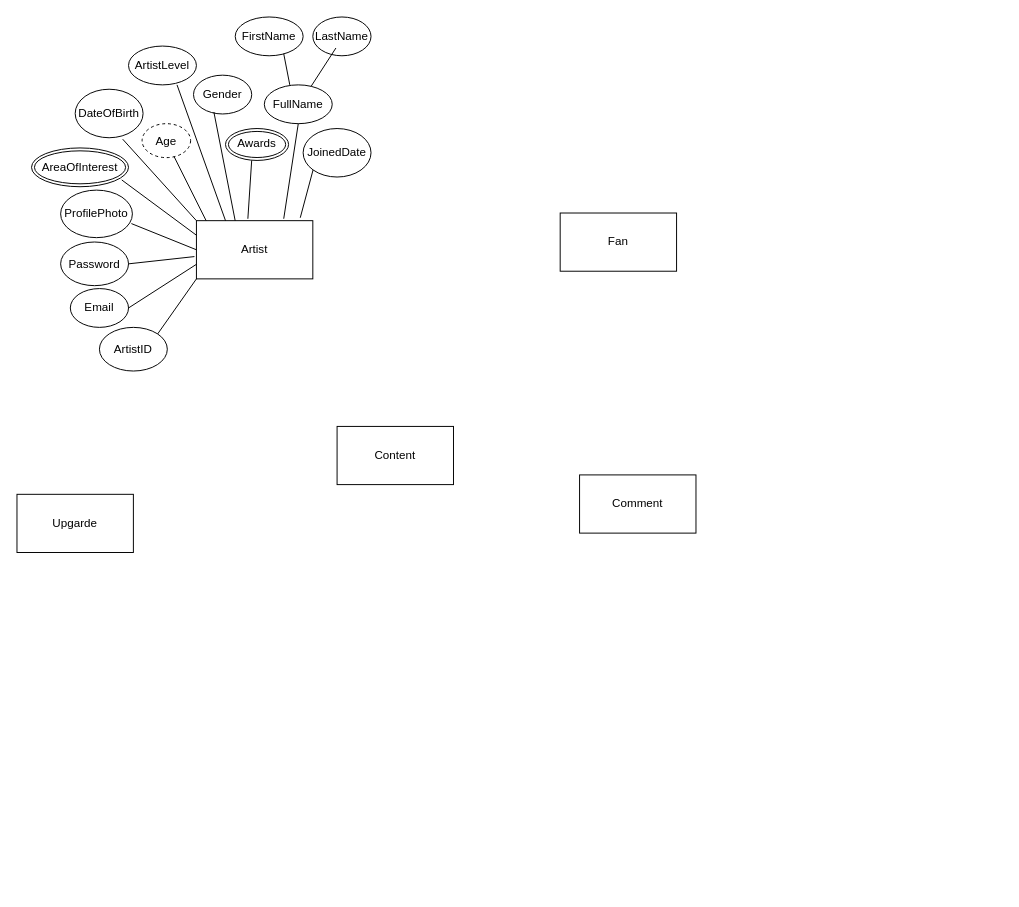
The draw.io diagram Untitled Diagram.drawio in deleshan/puthurep, before the edit. Source tidied: cells renumbered, new cells numbered last; positions are measured from the earlier drawing's top-left corner, leaving out a move shared by most shapes. Both pictures are drawn from the tidied source at 97%, with x=0, y=0 at pixel (16, 16).
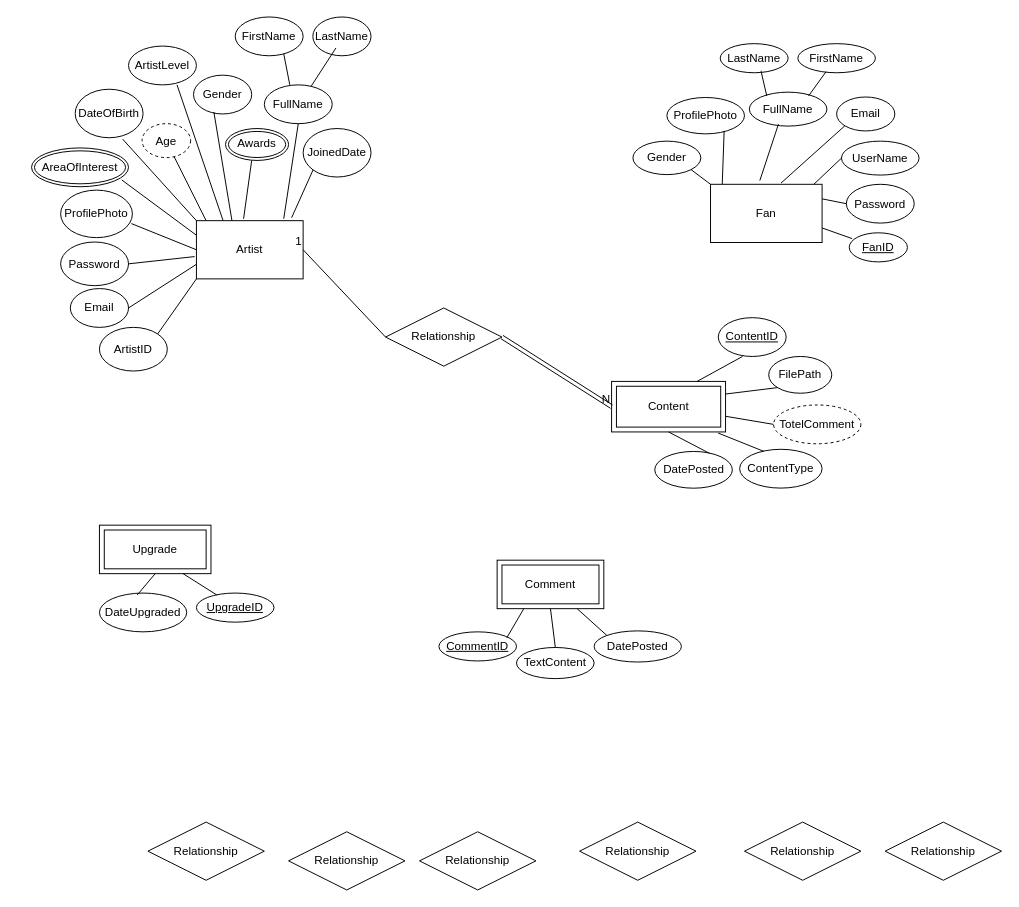
The same diagram, later.

The edit, as a diff of the source:
```diff
@@
     <mxCell id="2" value="Artist" style="rounded=0;whiteSpace=wrap;html=1;" parent="1" vertex="1">
-      <mxGeometry x="185" y="210" width="120" height="60" as="geometry" />
+      <mxGeometry x="185" y="210" width="110" height="60" as="geometry" />
     </mxCell>
     <mxCell id="3" value="Fan" style="rounded=0;whiteSpace=wrap;html=1;" parent="1" vertex="1">
-      <mxGeometry x="560" y="202.1" width="120" height="60" as="geometry" />
+      <mxGeometry x="715" y="172.5" width="115" height="60" as="geometry" />
     </mxCell>
-    <mxCell id="4" value="Content" style="rounded=0;whiteSpace=wrap;html=1;" parent="1" vertex="1">
-      <mxGeometry x="330" y="422.1" width="120" height="60" as="geometry" />
-    </mxCell>
-    <mxCell id="5" value="Comment" style="rounded=0;whiteSpace=wrap;html=1;" parent="1" vertex="1">
-      <mxGeometry x="580" y="472.1" width="120" height="60" as="geometry" />
-    </mxCell>
-    <mxCell id="6" value="Upgarde" style="rounded=0;whiteSpace=wrap;html=1;" parent="1" vertex="1">
-      <mxGeometry y="492.1" width="120" height="60" as="geometry" />
-    </mxCell>
@@
+    <mxCell id="35" value="FanID" style="ellipse;whiteSpace=wrap;html=1;align=center;fontStyle=4;" parent="1" vertex="1">
+      <mxGeometry x="858" y="222.5" width="60" height="30" as="geometry" />
+    </mxCell>
+    <mxCell id="36" value="Password" style="ellipse;whiteSpace=wrap;html=1;align=center;" parent="1" vertex="1">
+      <mxGeometry x="855" y="172.5" width="70" height="40" as="geometry" />
+    </mxCell>
+    <mxCell id="37" value="FullName" style="ellipse;whiteSpace=wrap;html=1;align=center;" parent="1" vertex="1">
+      <mxGeometry x="755" y="77.5" width="80" height="35" as="geometry" />
+    </mxCell>
+    <mxCell id="38" value="Email" style="ellipse;whiteSpace=wrap;html=1;align=center;" parent="1" vertex="1">
+      <mxGeometry x="845" y="82.5" width="60" height="35" as="geometry" />
+    </mxCell>
+    <mxCell id="39" value="UserName" style="ellipse;whiteSpace=wrap;html=1;align=center;" parent="1" vertex="1">
+      <mxGeometry x="850" y="128" width="80" height="35" as="geometry" />
+    </mxCell>
+    <mxCell id="40" value="FirstName" style="ellipse;whiteSpace=wrap;html=1;align=center;" parent="1" vertex="1">
+      <mxGeometry x="805" y="27.5" width="80" height="30" as="geometry" />
+    </mxCell>
+    <mxCell id="41" value="LastName" style="ellipse;whiteSpace=wrap;html=1;align=center;" parent="1" vertex="1">
+      <mxGeometry x="725" y="27.5" width="70" height="30" as="geometry" />
+    </mxCell>
+    <mxCell id="42" value="ProfilePhoto" style="ellipse;whiteSpace=wrap;html=1;align=center;" parent="1" vertex="1">
+      <mxGeometry x="670" y="83" width="80" height="37.5" as="geometry" />
+    </mxCell>
+    <mxCell id="43" value="Gender" style="ellipse;whiteSpace=wrap;html=1;align=center;" parent="1" vertex="1">
+      <mxGeometry x="635" y="128" width="70" height="34.5" as="geometry" />
+    </mxCell>
+    <mxCell id="44" style="endArrow=none;html=1;rounded=0;exitX=1;exitY=1;exitDx=0;exitDy=0;entryX=0;entryY=0;entryDx=0;entryDy=0;" parent="1" edge="1" source="43" target="3">
+      <mxGeometry relative="1" as="geometry" />
+    </mxCell>
+    <mxCell id="45" style="endArrow=none;html=1;rounded=0;exitX=0.738;exitY=0.92;exitDx=0;exitDy=0;exitPerimeter=0;entryX=0.105;entryY=0;entryDx=0;entryDy=0;entryPerimeter=0;" parent="1" edge="1" source="42" target="3">
+      <mxGeometry relative="1" as="geometry" />
+    </mxCell>
+    <mxCell id="46" style="endArrow=none;html=1;rounded=0;entryX=0.442;entryY=-0.064;entryDx=0;entryDy=0;entryPerimeter=0;exitX=0.375;exitY=0.943;exitDx=0;exitDy=0;exitPerimeter=0;" parent="1" edge="1" source="37" target="3">
+      <mxGeometry relative="1" as="geometry" />
+    </mxCell>
+    <mxCell id="47" style="endArrow=none;html=1;rounded=0;exitX=0.6;exitY=0.933;exitDx=0;exitDy=0;exitPerimeter=0;entryX=0.225;entryY=0.114;entryDx=0;entryDy=0;entryPerimeter=0;" parent="1" edge="1" source="41" target="37">
+      <mxGeometry relative="1" as="geometry" />
+    </mxCell>
+    <mxCell id="48" style="endArrow=none;html=1;rounded=0;exitX=0.763;exitY=0.114;exitDx=0;exitDy=0;exitPerimeter=0;entryX=0.363;entryY=0.967;entryDx=0;entryDy=0;entryPerimeter=0;" parent="1" edge="1" source="37" target="40">
+      <mxGeometry relative="1" as="geometry" />
+    </mxCell>
+    <mxCell id="49" style="endArrow=none;html=1;rounded=0;entryX=0.632;entryY=-0.021;entryDx=0;entryDy=0;entryPerimeter=0;exitX=0;exitY=1;exitDx=0;exitDy=0;" parent="1" edge="1" source="38" target="3">
+      <mxGeometry relative="1" as="geometry" />
+    </mxCell>
+    <mxCell id="50" style="endArrow=none;html=1;rounded=0;entryX=0.926;entryY=0;entryDx=0;entryDy=0;entryPerimeter=0;exitX=0;exitY=0.5;exitDx=0;exitDy=0;" parent="1" edge="1" source="39" target="3">
+      <mxGeometry relative="1" as="geometry" />
+    </mxCell>
+    <mxCell id="51" style="endArrow=none;html=1;rounded=0;entryX=1;entryY=0.25;entryDx=0;entryDy=0;exitX=0;exitY=0.5;exitDx=0;exitDy=0;" parent="1" edge="1" source="36" target="3">
+      <mxGeometry relative="1" as="geometry" />
+    </mxCell>
+    <mxCell id="52" style="endArrow=none;html=1;rounded=0;entryX=1;entryY=0.75;entryDx=0;entryDy=0;exitX=0.05;exitY=0.2;exitDx=0;exitDy=0;exitPerimeter=0;" parent="1" edge="1" source="35" target="3">
+      <mxGeometry relative="1" as="geometry" />
+    </mxCell>
+    <mxCell id="4" value="Content" style="shape=ext;margin=3;double=1;whiteSpace=wrap;html=1;align=center;" parent="1" vertex="1">
+      <mxGeometry x="613" y="375.7" width="117.5" height="52.1" as="geometry" />
+    </mxCell>
+    <mxCell id="53" value="ContentID" style="ellipse;whiteSpace=wrap;html=1;align=center;fontStyle=4;" parent="1" vertex="1">
+      <mxGeometry x="723" y="310" width="70" height="40" as="geometry" />
+    </mxCell>
+    <mxCell id="54" value="TotelComment" style="ellipse;whiteSpace=wrap;html=1;align=center;dashed=1;" parent="1" vertex="1">
+      <mxGeometry x="780" y="400" width="90" height="40" as="geometry" />
+    </mxCell>
+    <mxCell id="55" value="DatePosted" style="ellipse;whiteSpace=wrap;html=1;align=center;" parent="1" vertex="1">
+      <mxGeometry x="657.5" y="447.9" width="80" height="37.9" as="geometry" />
+    </mxCell>
+    <mxCell id="56" value="ContentType" style="ellipse;whiteSpace=wrap;html=1;align=center;" parent="1" vertex="1">
+      <mxGeometry x="745" y="445.7" width="85" height="40" as="geometry" />
+    </mxCell>
+    <mxCell id="57" value="FilePath" style="ellipse;whiteSpace=wrap;html=1;align=center;" parent="1" vertex="1">
+      <mxGeometry x="775" y="350" width="65" height="37.9" as="geometry" />
+    </mxCell>
+    <mxCell id="58" style="edgeStyle=orthogonalEdgeStyle;rounded=0;orthogonalLoop=1;jettySize=auto;html=1;exitX=0.5;exitY=1;exitDx=0;exitDy=0;" parent="1" edge="1" source="57" target="57">
+      <mxGeometry relative="1" as="geometry" />
+    </mxCell>
+    <mxCell id="59" style="endArrow=none;html=1;rounded=0;entryX=0.357;entryY=1;entryDx=0;entryDy=0;exitX=0.75;exitY=0;exitDx=0;exitDy=0;entryPerimeter=0;" parent="1" edge="1" source="4" target="53">
+      <mxGeometry relative="1" as="geometry" />
+    </mxCell>
+    <mxCell id="60" style="endArrow=none;html=1;rounded=0;entryX=0;entryY=1;entryDx=0;entryDy=0;exitX=1;exitY=0.25;exitDx=0;exitDy=0;" parent="1" edge="1" source="4" target="57">
+      <mxGeometry relative="1" as="geometry" />
+    </mxCell>
+    <mxCell id="61" style="endArrow=none;html=1;rounded=0;entryX=0;entryY=0.5;entryDx=0;entryDy=0;" parent="1" edge="1" source="4" target="54">
+      <mxGeometry relative="1" as="geometry" />
+    </mxCell>
+    <mxCell id="62" style="endArrow=none;html=1;rounded=0;entryX=0.294;entryY=0.053;entryDx=0;entryDy=0;exitX=0.935;exitY=1.022;exitDx=0;exitDy=0;entryPerimeter=0;exitPerimeter=0;" parent="1" edge="1" source="4" target="56">
+      <mxGeometry relative="1" as="geometry" />
+    </mxCell>
+    <mxCell id="63" style="endArrow=none;html=1;rounded=0;entryX=0.706;entryY=0.053;entryDx=0;entryDy=0;exitX=0.5;exitY=1;exitDx=0;exitDy=0;entryPerimeter=0;" parent="1" edge="1" source="4" target="55">
+      <mxGeometry relative="1" as="geometry" />
+    </mxCell>
+    <mxCell id="5" value="Comment" style="shape=ext;margin=3;double=1;whiteSpace=wrap;html=1;align=center;" parent="1" vertex="1">
+      <mxGeometry x="495" y="560" width="110" height="50" as="geometry" />
+    </mxCell>
+    <mxCell id="64" value="DatePosted" style="ellipse;whiteSpace=wrap;html=1;align=center;" parent="1" vertex="1">
+      <mxGeometry x="595" y="632.9" width="90" height="32.1" as="geometry" />
+    </mxCell>
+    <mxCell id="65" value="TextContent" style="ellipse;whiteSpace=wrap;html=1;align=center;" parent="1" vertex="1">
+      <mxGeometry x="515" y="650" width="80" height="32.1" as="geometry" />
+    </mxCell>
+    <mxCell id="66" value="CommentID" style="ellipse;whiteSpace=wrap;html=1;align=center;fontStyle=4;" parent="1" vertex="1">
+      <mxGeometry x="435" y="633.9" width="80" height="30" as="geometry" />
+    </mxCell>
+    <mxCell id="67" style="endArrow=none;html=1;rounded=0;entryX=0.25;entryY=1;entryDx=0;entryDy=0;exitX=0.875;exitY=0.202;exitDx=0;exitDy=0;exitPerimeter=0;" parent="1" edge="1" source="66" target="5">
+      <mxGeometry relative="1" as="geometry" />
+    </mxCell>
+    <mxCell id="68" style="endArrow=none;html=1;rounded=0;entryX=0.5;entryY=1;entryDx=0;entryDy=0;exitX=0.5;exitY=0;exitDx=0;exitDy=0;" parent="1" edge="1" source="65" target="5">
+      <mxGeometry relative="1" as="geometry" />
+    </mxCell>
+    <mxCell id="69" style="endArrow=none;html=1;rounded=0;entryX=0.75;entryY=1;entryDx=0;entryDy=0;exitX=0;exitY=0;exitDx=0;exitDy=0;" parent="1" edge="1" source="64" target="5">
+      <mxGeometry relative="1" as="geometry" />
+    </mxCell>
+    <mxCell id="70" value="Upgrade" style="shape=ext;margin=3;double=1;whiteSpace=wrap;html=1;align=center;" parent="1" vertex="1">
+      <mxGeometry x="85" y="523.9" width="115" height="50" as="geometry" />
+    </mxCell>
+    <mxCell id="71" value="UpgradeID" style="ellipse;whiteSpace=wrap;html=1;align=center;fontStyle=4;" parent="1" vertex="1">
+      <mxGeometry x="185" y="593.9" width="80" height="30" as="geometry" />
+    </mxCell>
+    <mxCell id="72" value="DateUpgraded" style="ellipse;whiteSpace=wrap;html=1;align=center;" parent="1" vertex="1">
+      <mxGeometry x="85" y="593.9" width="90" height="40" as="geometry" />
+    </mxCell>
+    <mxCell id="73" style="endArrow=none;html=1;rounded=0;entryX=0.433;entryY=0.05;entryDx=0;entryDy=0;exitX=0.5;exitY=1;exitDx=0;exitDy=0;entryPerimeter=0;" parent="1" edge="1" source="70" target="72">
+      <mxGeometry relative="1" as="geometry" />
+    </mxCell>
+    <mxCell id="74" style="endArrow=none;html=1;rounded=0;entryX=0.263;entryY=0.067;entryDx=0;entryDy=0;exitX=0.75;exitY=1;exitDx=0;exitDy=0;entryPerimeter=0;" parent="1" edge="1" source="70" target="71">
+      <mxGeometry relative="1" as="geometry" />
+    </mxCell>
+    <mxCell id="75" value="Relationship" style="shape=rhombus;perimeter=rhombusPerimeter;whiteSpace=wrap;html=1;align=center;rotation=0;" parent="1" vertex="1">
+      <mxGeometry x="380" y="300" width="120" height="60" as="geometry" />
+    </mxCell>
+    <mxCell id="76" value="Relationship" style="shape=rhombus;perimeter=rhombusPerimeter;whiteSpace=wrap;html=1;align=center;" parent="1" vertex="1">
+      <mxGeometry x="895" y="830" width="120" height="60" as="geometry" />
+    </mxCell>
+    <mxCell id="77" value="Relationship" style="shape=rhombus;perimeter=rhombusPerimeter;whiteSpace=wrap;html=1;align=center;" parent="1" vertex="1">
+      <mxGeometry x="750" y="830" width="120" height="60" as="geometry" />
+    </mxCell>
+    <mxCell id="78" value="Relationship" style="shape=rhombus;perimeter=rhombusPerimeter;whiteSpace=wrap;html=1;align=center;" parent="1" vertex="1">
+      <mxGeometry x="580" y="830" width="120" height="60" as="geometry" />
+    </mxCell>
+    <mxCell id="79" value="Relationship" style="shape=rhombus;perimeter=rhombusPerimeter;whiteSpace=wrap;html=1;align=center;" parent="1" vertex="1">
+      <mxGeometry x="415" y="840" width="120" height="60" as="geometry" />
+    </mxCell>
+    <mxCell id="80" value="Relationship" style="shape=rhombus;perimeter=rhombusPerimeter;whiteSpace=wrap;html=1;align=center;" parent="1" vertex="1">
+      <mxGeometry x="280" y="840" width="120" height="60" as="geometry" />
+    </mxCell>
+    <mxCell id="81" value="Relationship" style="shape=rhombus;perimeter=rhombusPerimeter;whiteSpace=wrap;html=1;align=center;" parent="1" vertex="1">
+      <mxGeometry x="135" y="830" width="120" height="60" as="geometry" />
+    </mxCell>
+    <mxCell id="82" style="shape=link;html=1;rounded=0;entryX=0;entryY=0.5;entryDx=0;entryDy=0;exitX=1;exitY=0.5;exitDx=0;exitDy=0;" parent="1" edge="1" source="75" target="4">
+      <mxGeometry relative="1" as="geometry" />
+    </mxCell>
+    <mxCell id="83" value="N" style="html=1;whiteSpace=wrap;align=right;verticalAlign=bottom;" parent="82" vertex="1">
+      <mxGeometry x="1" relative="1" as="geometry" />
+    </mxCell>
+    <mxCell id="84" style="endArrow=none;html=1;rounded=0;entryX=1;entryY=0.5;entryDx=0;entryDy=0;exitX=0;exitY=0.5;exitDx=0;exitDy=0;" parent="1" edge="1" source="75" target="2">
+      <mxGeometry relative="1" as="geometry" />
+    </mxCell>
+    <mxCell id="85" value="1" style="html=1;whiteSpace=wrap;align=right;verticalAlign=bottom;" parent="84" vertex="1">
+      <mxGeometry x="1" relative="1" as="geometry" />
+    </mxCell>
```
